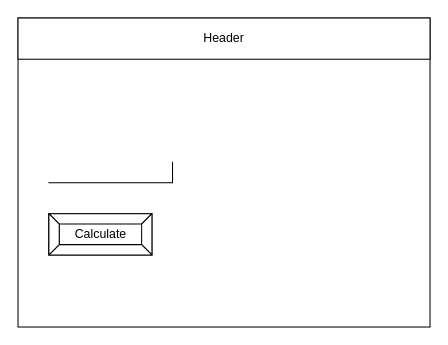
Above: design/story-board.drawio in Liya-Getachew/ICS2O-Unit5-06-JS (draw.io), before the change. Source tidied: cells renumbered, new cells numbered last; positions are measured from the earlier drawing's top-left corner, leaving out a move shared by most shapes. Both pictures are drawn from the tidied source at 103%, with x=0, y=0 at pixel (18, 18).
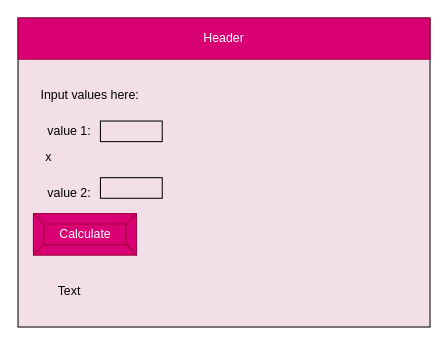
The same diagram, later.

Commit message (it also covers changes not shown here):
chart and board

The edit, as a diff of the source:
```diff
@@
 <mxGraphModel>
   <root>
     <mxCell id="0" />
     <mxCell id="1" parent="0" />
-    <mxCell id="2" style="rounded=0;whiteSpace=wrap;html=1;" parent="1" vertex="1">
+    <mxCell id="2" style="rounded=0;whiteSpace=wrap;html=1;fillColor=#F2DFE7;" parent="1" vertex="1">
       <mxGeometry width="400" height="300" as="geometry" />
     </mxCell>
-    <mxCell id="3" value="Header" style="rounded=0;whiteSpace=wrap;html=1;" parent="1" vertex="1">
+    <mxCell id="3" value="Header" style="rounded=0;whiteSpace=wrap;html=1;fillColor=#d80073;fontColor=#ffffff;strokeColor=#A50040;" parent="1" vertex="1">
       <mxGeometry width="400" height="40" as="geometry" />
     </mxCell>
-    <mxCell id="4" style="shape=partialRectangle;whiteSpace=wrap;html=1;top=0;left=0;fillColor=none;" parent="1" vertex="1">
-      <mxGeometry x="30" y="140" width="120" height="20" as="geometry" />
-    </mxCell>
-    <mxCell id="5" value="Calculate" style="labelPosition=center;verticalLabelPosition=middle;align=center;html=1;shape=mxgraph.basic.button;dx=10;" parent="1" vertex="1">
-      <mxGeometry x="30" y="190" width="100" height="40" as="geometry" />
+    <mxCell id="5" value="Calculate" style="labelPosition=center;verticalLabelPosition=middle;align=center;html=1;shape=mxgraph.basic.button;dx=10;fillColor=#d80073;fontColor=#ffffff;strokeColor=#A50040;" parent="1" vertex="1">
+      <mxGeometry x="15" y="190" width="100" height="40" as="geometry" />
     </mxCell>
+    <mxCell id="6" value="&lt;font color=&quot;#000000&quot;&gt;Input values here:&lt;/font&gt;" style="text;html=1;strokeColor=none;fillColor=none;align=center;verticalAlign=middle;whiteSpace=wrap;rounded=0;" parent="1" vertex="1">
+      <mxGeometry x="15" y="60" width="110" height="30" as="geometry" />
+    </mxCell>
+    <mxCell id="7" value="x" style="text;html=1;strokeColor=none;fillColor=none;align=center;verticalAlign=middle;whiteSpace=wrap;rounded=0;fontColor=#000000;" parent="1" vertex="1">
+      <mxGeometry y="120" width="60" height="30" as="geometry" />
+    </mxCell>
+    <mxCell id="8" style="rounded=0;whiteSpace=wrap;html=1;fontColor=#000000;fillColor=#F2DFE7;strokeColor=#000000;" parent="1" vertex="1">
+      <mxGeometry x="80" y="100" width="60" height="20" as="geometry" />
+    </mxCell>
+    <mxCell id="9" style="rounded=0;whiteSpace=wrap;html=1;fontColor=#000000;fillColor=#F2DFE7;strokeColor=#000000;" parent="1" vertex="1">
+      <mxGeometry x="80" y="155" width="60" height="20" as="geometry" />
+    </mxCell>
+    <mxCell id="10" value="value 1:" style="text;html=1;strokeColor=none;fillColor=none;align=center;verticalAlign=middle;whiteSpace=wrap;rounded=0;fontColor=#000000;" parent="1" vertex="1">
+      <mxGeometry x="20" y="95" width="60" height="30" as="geometry" />
+    </mxCell>
+    <mxCell id="11" value="value 2:" style="text;html=1;strokeColor=none;fillColor=none;align=center;verticalAlign=middle;whiteSpace=wrap;rounded=0;fontColor=#000000;" parent="1" vertex="1">
+      <mxGeometry x="20" y="155" width="60" height="30" as="geometry" />
+    </mxCell>
+    <mxCell id="12" value="Text" style="text;html=1;strokeColor=none;fillColor=none;align=center;verticalAlign=middle;whiteSpace=wrap;rounded=0;fontColor=#000000;" parent="1" vertex="1">
+      <mxGeometry x="20" y="250" width="60" height="30" as="geometry" />
+    </mxCell>
   </root>
 </mxGraphModel>
```
